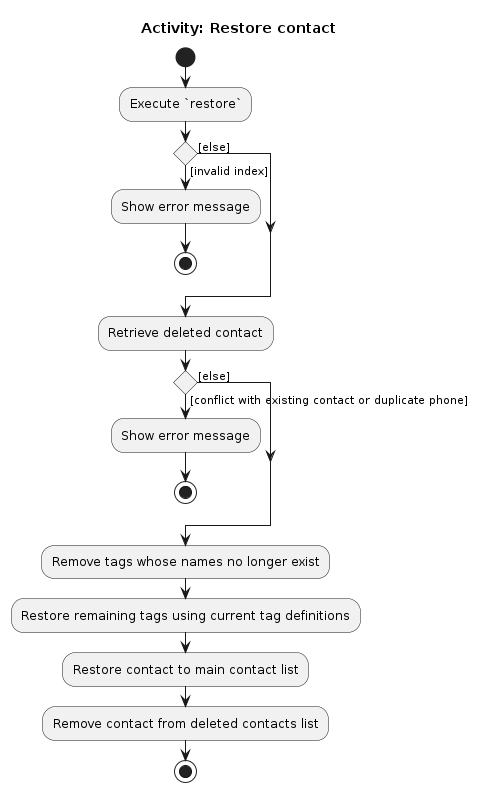
Before: diagrams/RestoreActivityDiagram.png, a diagram exported from PlantUML (AY2526S2-CS2103-T11-1/tp). Its source is kept beside it as diagrams/RestoreActivityDiagram.puml.
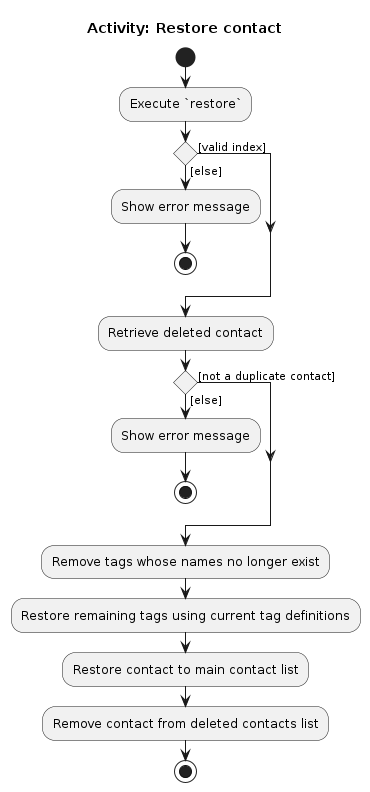
After the commit.

Change to the diagram source:
```diff
@@ -5,18 +5,18 @@
 
 :Execute `restore`;
 
-if () then ([invalid index])
+if () then ([valid index])
+else ([else])
     :Show error message;
     stop
-else ([else])
 endif
 
 :Retrieve deleted contact;
 
-if () then ([conflict with existing contact or duplicate phone])
+if () then ([not a duplicate contact])
+else ([else])
     :Show error message;
     stop
-else ([else])
 endif
 
 :Remove tags whose names no longer exist;
```
